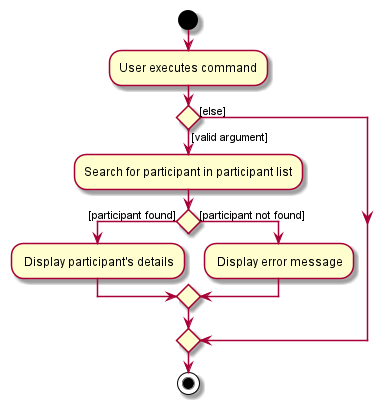
Before: docs/images/ViewCommandActivityDiagram.png, a diagram exported from PlantUML (nus-cs2103-AY2122S1/tp).
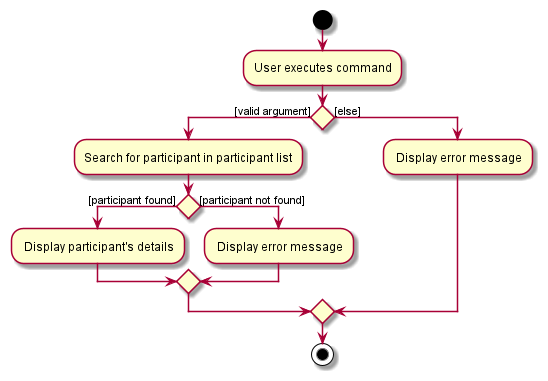
Above is the later version.

Commit message:
Replace image file for activity diagram

The edit, as a diff of the source:
```diff
@@ -11,6 +11,7 @@
         : Display error message;
     endif
 else ([else])
+    : Display error message;
 endif
 stop
 @enduml
```
